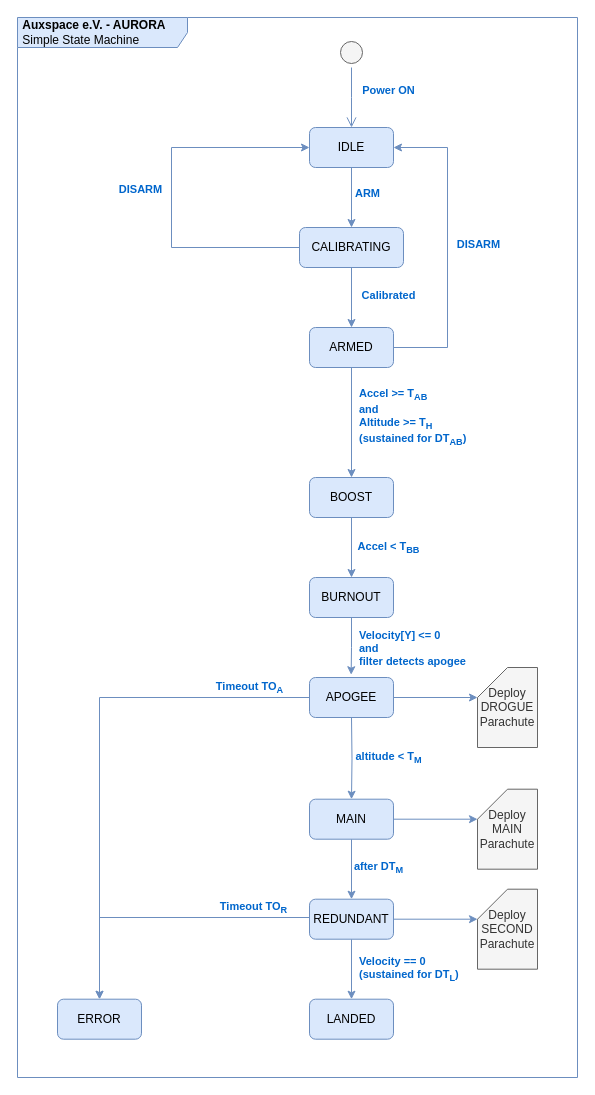
Above: doc/drawio_src/aurora_simple_state_machine.drawio in AUXSPACEeV/aurora (draw.io), before the change. Source tidied: cells renumbered, new cells numbered last; positions are measured from the earlier drawing's top-left corner, leaving out a move shared by most shapes. Both pictures are drawn from the tidied source at 100%, with x=0, y=0 at pixel (17, 17).
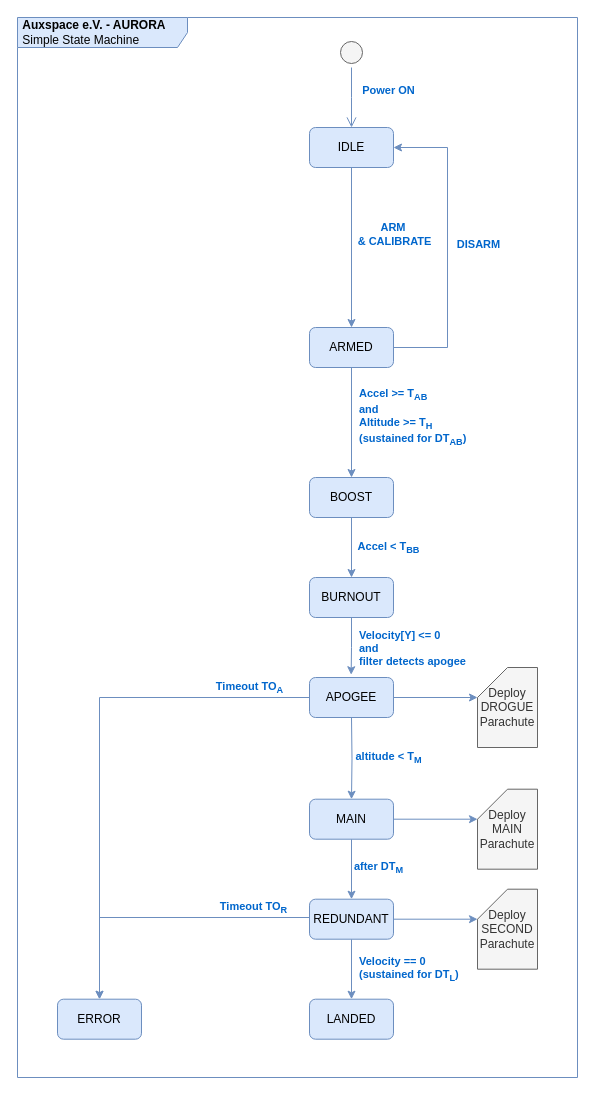
The same diagram, later.

The change refers to these unchanged cells:
```xml
<mxCell id="7" value="IDLE" style="rounded=1;whiteSpace=wrap;html=1;fillColor=#dae8fc;strokeColor=#6c8ebf;convertToSvg=1;labelBackgroundColor=none;" parent="1" vertex="1">
  <mxGeometry x="292" y="110" width="84" height="40" as="geometry" />
</mxCell>
<mxCell id="12" value="ARMED" style="rounded=1;whiteSpace=wrap;html=1;fillColor=#dae8fc;strokeColor=#6c8ebf;convertToSvg=1;labelBackgroundColor=none;" parent="1" vertex="1">
  <mxGeometry x="292" y="310" width="84" height="40" as="geometry" />
</mxCell>
```

What changed in the source:
```diff
@@
-    <mxCell id="5" style="edgeStyle=orthogonalEdgeStyle;rounded=0;jettySize=auto;html=1;entryX=0.5;entryY=0;entryDx=0;entryDy=0;convertToSvg=1;labelBackgroundColor=none;fillColor=#dae8fc;strokeColor=#6c8ebf;" parent="1" edge="1" source="7" target="41">
+    <mxCell id="5" style="edgeStyle=orthogonalEdgeStyle;rounded=0;jettySize=auto;html=1;entryX=0.5;entryY=0;entryDx=0;entryDy=0;convertToSvg=1;labelBackgroundColor=none;fillColor=#dae8fc;strokeColor=#6c8ebf;" parent="1" edge="1" source="7" target="12">
       <mxGeometry relative="1" as="geometry" />
     </mxCell>
-    <mxCell id="6" value="ARM" style="edgeLabel;html=1;align=center;verticalAlign=middle;labelBackgroundColor=none;convertToSvg=1;fontColor=#0066CC;fontStyle=1;" parent="5" vertex="1">
+    <mxCell id="6" value="ARM&amp;nbsp;&lt;div&gt;&lt;font style=&quot;color: rgb(0, 102, 204);&quot;&gt;&amp;amp; CALIBRATE&lt;/font&gt;&lt;/div&gt;" style="edgeLabel;html=1;align=center;verticalAlign=middle;labelBackgroundColor=none;convertToSvg=1;fontColor=#0066CC;fontStyle=1;" parent="5" vertex="1">
       <mxGeometry x="-0.17" y="2" relative="1" as="geometry">
-        <mxPoint x="13" as="offset" />
+        <mxPoint x="40" as="offset" />
       </mxGeometry>
     </mxCell>
@@
-    <mxCell id="41" value="CALIBRATING" style="rounded=1;whiteSpace=wrap;html=1;fillColor=#dae8fc;strokeColor=#6c8ebf;convertToSvg=1;labelBackgroundColor=none;" parent="1" vertex="1">
-      <mxGeometry x="282" y="210" width="104" height="40" as="geometry" />
-    </mxCell>
-    <mxCell id="42" style="edgeStyle=orthogonalEdgeStyle;rounded=0;jettySize=auto;html=1;entryX=0.5;entryY=0;entryDx=0;entryDy=0;convertToSvg=1;labelBackgroundColor=none;fillColor=#dae8fc;strokeColor=#6c8ebf;" parent="1" edge="1" source="41" target="12">
-      <mxGeometry relative="1" as="geometry" />
-    </mxCell>
-    <mxCell id="43" value="Calibrated" style="edgeLabel;html=1;align=center;verticalAlign=middle;labelBackgroundColor=none;convertToSvg=1;fontColor=#0066CC;fontStyle=1;" parent="42" vertex="1">
-      <mxGeometry x="-0.1" relative="1" as="geometry">
-        <mxPoint x="36" as="offset" />
-      </mxGeometry>
-    </mxCell>
-    <mxCell id="44" style="edgeStyle=orthogonalEdgeStyle;rounded=0;jettySize=auto;html=1;entryX=0;entryY=0.5;entryDx=0;entryDy=0;convertToSvg=1;labelBackgroundColor=none;fillColor=#dae8fc;strokeColor=#6c8ebf;" parent="1" edge="1" source="41" target="7">
-      <mxGeometry relative="1" as="geometry">
-        <Array as="points">
-          <mxPoint x="154" y="230" />
-          <mxPoint x="154" y="130" />
-        </Array>
-      </mxGeometry>
-    </mxCell>
-    <mxCell id="45" value="DISARM" style="edgeLabel;html=1;align=center;verticalAlign=middle;labelBackgroundColor=none;convertToSvg=1;fontColor=#0066CC;fontStyle=1;" parent="44" vertex="1">
-      <mxGeometry y="1" relative="1" as="geometry">
-        <mxPoint x="-31" y="-4" as="offset" />
-      </mxGeometry>
-    </mxCell>
```
